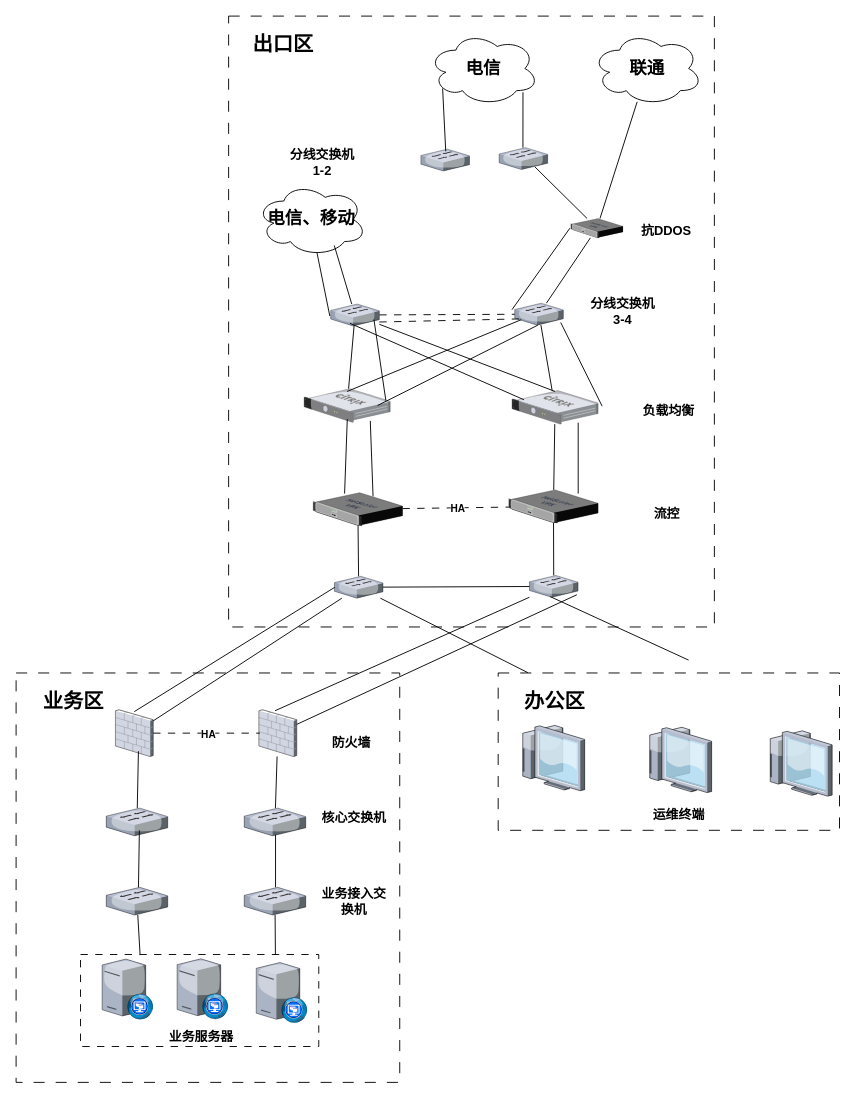
Earlier version of the draw.io diagram 250715002-终端管家-网络图.drawio (sjxbg/xmindfile). Source tidied: cells renumbered, new cells numbered last; positions are measured from the earlier drawing's top-left corner, leaving out a move shared by most shapes. Both pictures are drawn from the tidied source at 92%, with x=0, y=0 at pixel (16, 16).
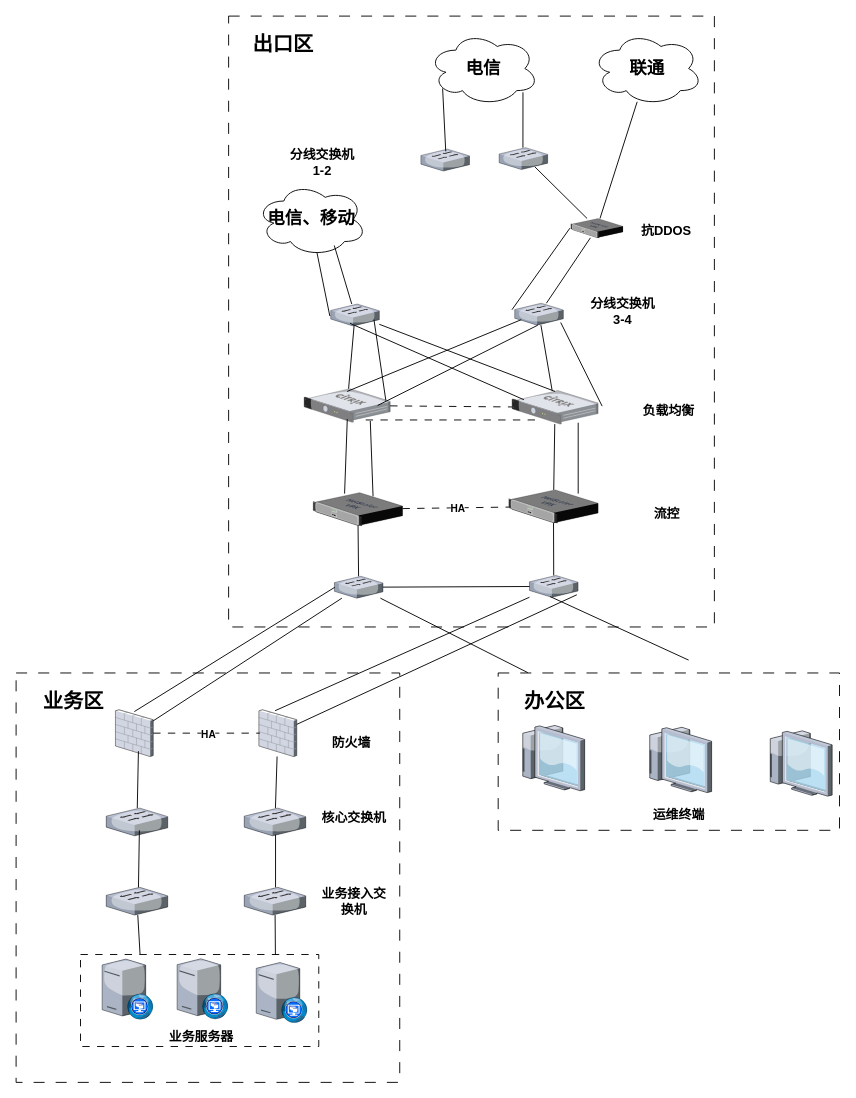
The same diagram, later.

Commit message:
更新250715002-终端管家-网络图.drawio

Unchanged cells that the change refers to:
```xml
<mxCell id="15" style="verticalLabelPosition=bottom;sketch=0;html=1;verticalAlign=top;strokeColor=none;align=center;outlineConnect=0;shape=mxgraph.citrix.switch;" parent="1" vertex="1">
  <mxGeometry x="542" y="312.1" width="52.8" height="23.8" as="geometry" />
</mxCell>
<mxCell id="19" style="verticalLabelPosition=bottom;sketch=0;html=1;verticalAlign=top;strokeColor=none;align=center;outlineConnect=0;shape=mxgraph.citrix.switch;" parent="1" vertex="1">
  <mxGeometry x="342" y="313" width="52.8" height="23.8" as="geometry" />
</mxCell>
<mxCell id="22" style="verticalLabelPosition=bottom;sketch=0;html=1;verticalAlign=top;strokeColor=none;align=center;outlineConnect=0;shape=mxgraph.citrix.netscaler_gateway;" parent="1" vertex="1">
  <mxGeometry x="313" y="405" width="93.6" height="36.5" as="geometry" />
</mxCell>
<mxCell id="23" style="verticalLabelPosition=bottom;sketch=0;html=1;verticalAlign=top;strokeColor=none;align=center;outlineConnect=0;shape=mxgraph.citrix.netscaler_gateway;" parent="1" vertex="1">
  <mxGeometry x="539" y="407" width="93.6" height="36.5" as="geometry" />
</mxCell>
```

What changed in the source:
```diff
@@
-    <mxCell id="46" style="endArrow=none;dashed=1;html=1;dashPattern=8 8;strokeWidth=1;rounded=0;" parent="1" edge="1">
-      <mxGeometry relative="1" as="geometry">
-        <mxPoint x="394.8" y="332.5" as="sourcePoint" />
-        <mxPoint x="554" y="329" as="targetPoint" />
-      </mxGeometry>
+    <mxCell id="46" style="endArrow=none;dashed=1;html=1;dashPattern=8 8;strokeWidth=1;rounded=0;exitX=0.716;exitY=0.931;exitDx=0;exitDy=0;exitPerimeter=0;entryX=0.267;entryY=0.876;entryDx=0;entryDy=0;entryPerimeter=0;" parent="1" edge="1" source="22" target="23">
+      <mxGeometry relative="1" as="geometry" />
     </mxCell>
-    <mxCell id="47" style="endArrow=none;dashed=1;html=1;dashPattern=8 8;strokeWidth=1;rounded=0;" parent="1" edge="1" source="19" target="15">
+    <mxCell id="47" style="endArrow=none;dashed=1;html=1;dashPattern=8 8;strokeWidth=1;rounded=0;" parent="1" edge="1" source="22" target="23">
       <mxGeometry relative="1" as="geometry" />
     </mxCell>
```
